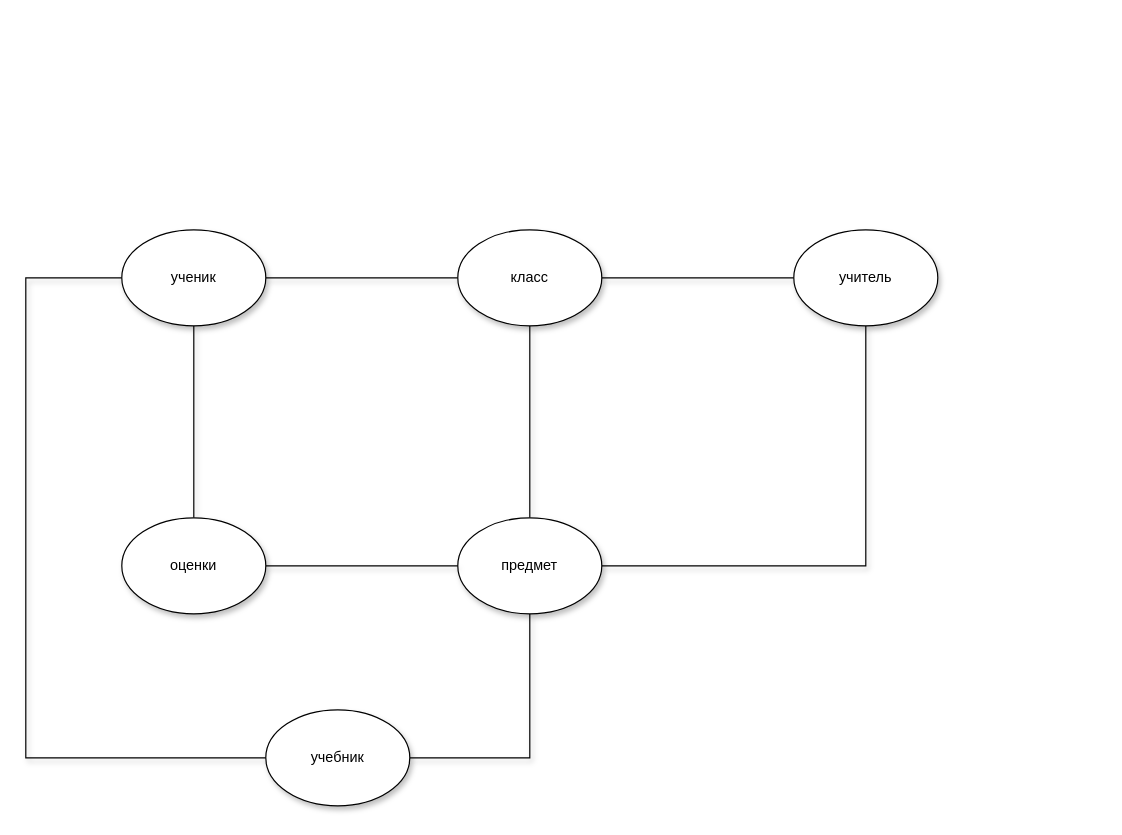
This is homeinf/db-scheme-1.drawio from mykespb/edu, a draw.io file, before an edit. Source tidied: cells renumbered, new cells numbered last; positions are measured from the earlier drawing's top-left corner, leaving out a move shared by most shapes. Both pictures are drawn from the tidied source at 120%, with x=0, y=0 at pixel (25, 229).
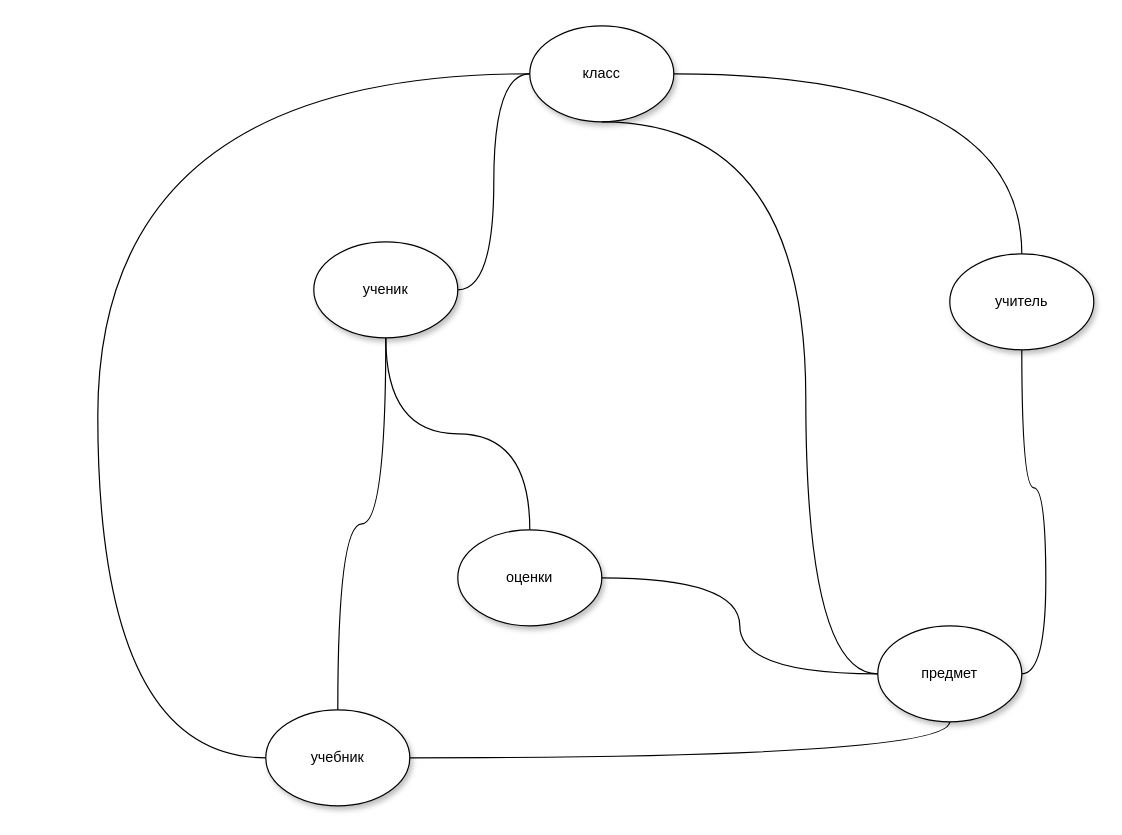
Above is the later version.

The change refers to these unchanged cells:
```xml
<mxCell id="15" value="учебник" style="ellipse;whiteSpace=wrap;html=1;shadow=1;" parent="1" vertex="1">
  <mxGeometry x="200" y="400" width="120" height="80" as="geometry" />
</mxCell>
```

Change to the diagram source:
```diff
@@
+    <mxCell id="3" style="edgeStyle=orthogonalEdgeStyle;curved=1;rounded=0;jettySize=auto;html=1;entryX=0;entryY=0.5;entryDx=0;entryDy=0;endArrow=none;endFill=0;" parent="1" edge="1" source="5" target="8">
+      <mxGeometry relative="1" as="geometry" />
+    </mxCell>
-    <mxCell id="2" style="edgeStyle=orthogonalEdgeStyle;rounded=0;jettySize=auto;html=1;endArrow=none;endFill=0;shadow=1;" parent="1" edge="1" source="5" target="14">
+    <mxCell id="2" style="edgeStyle=orthogonalEdgeStyle;curved=1;rounded=0;jettySize=auto;html=1;entryX=0.5;entryY=0;entryDx=0;entryDy=0;endArrow=none;endFill=0;" parent="1" edge="1" source="5" target="14">
       <mxGeometry relative="1" as="geometry" />
     </mxCell>
-    <mxCell id="3" style="edgeStyle=orthogonalEdgeStyle;rounded=0;jettySize=auto;html=1;entryX=0;entryY=0.5;entryDx=0;entryDy=0;endArrow=none;endFill=0;shadow=1;" parent="1" edge="1" source="5" target="8">
-      <mxGeometry relative="1" as="geometry" />
-    </mxCell>
-    <mxCell id="4" style="edgeStyle=orthogonalEdgeStyle;rounded=0;jettySize=auto;html=1;entryX=0;entryY=0.5;entryDx=0;entryDy=0;endArrow=none;endFill=0;shadow=1;" parent="1" edge="1" source="5" target="15">
-      <mxGeometry relative="1" as="geometry">
-        <Array as="points">
-          <mxPoint y="40" />
-          <mxPoint y="440" />
-        </Array>
-      </mxGeometry>
+    <mxCell id="4" style="edgeStyle=orthogonalEdgeStyle;curved=1;rounded=0;jettySize=auto;html=1;entryX=0.5;entryY=0;entryDx=0;entryDy=0;endArrow=none;endFill=0;" parent="1" edge="1" source="5" target="15">
+      <mxGeometry relative="1" as="geometry" />
     </mxCell>
     <mxCell id="5" value="ученик" style="ellipse;whiteSpace=wrap;html=1;shadow=1;" parent="1" vertex="1">
-      <mxGeometry x="80" width="120" height="80" as="geometry" />
+      <mxGeometry x="240" y="10" width="120" height="80" as="geometry" />
     </mxCell>
-    <mxCell id="6" style="edgeStyle=orthogonalEdgeStyle;rounded=0;jettySize=auto;html=1;entryX=0;entryY=0.5;entryDx=0;entryDy=0;endArrow=none;endFill=0;shadow=1;" parent="1" edge="1" source="8" target="10">
+    <mxCell id="6" style="edgeStyle=orthogonalEdgeStyle;curved=1;rounded=0;jettySize=auto;html=1;entryX=0.5;entryY=0;entryDx=0;entryDy=0;endArrow=none;endFill=0;" parent="1" edge="1" source="8" target="10">
       <mxGeometry relative="1" as="geometry" />
     </mxCell>
-    <mxCell id="7" style="edgeStyle=orthogonalEdgeStyle;rounded=0;jettySize=auto;html=1;entryX=0.5;entryY=0;entryDx=0;entryDy=0;endArrow=none;endFill=0;shadow=1;" parent="1" edge="1" source="8" target="12">
-      <mxGeometry relative="1" as="geometry" />
-    </mxCell>
+    <mxCell id="16" style="edgeStyle=orthogonalEdgeStyle;curved=1;rounded=0;jettySize=auto;html=1;entryX=0;entryY=0.5;entryDx=0;entryDy=0;endArrow=none;endFill=0;" parent="1" edge="1" source="8" target="15">
+      <mxGeometry relative="1" as="geometry">
+        <Array as="points">
+          <mxPoint x="60" y="-130" />
+          <mxPoint x="60" y="440" />
+        </Array>
+      </mxGeometry>
+    </mxCell>
     <mxCell id="8" value="класс" style="ellipse;whiteSpace=wrap;html=1;shadow=1;" parent="1" vertex="1">
-      <mxGeometry x="360" width="120" height="80" as="geometry" />
+      <mxGeometry x="420" y="-170" width="120" height="80" as="geometry" />
     </mxCell>
-    <mxCell id="9" style="edgeStyle=orthogonalEdgeStyle;rounded=0;jettySize=auto;html=1;entryX=1;entryY=0.5;entryDx=0;entryDy=0;endArrow=none;endFill=0;shadow=1;" parent="1" edge="1" source="10" target="12">
-      <mxGeometry relative="1" as="geometry">
-        <Array as="points">
-          <mxPoint x="700" y="280" />
-        </Array>
-      </mxGeometry>
+    <mxCell id="9" style="edgeStyle=orthogonalEdgeStyle;curved=1;rounded=0;jettySize=auto;html=1;entryX=1;entryY=0.5;entryDx=0;entryDy=0;endArrow=none;endFill=0;exitX=0.5;exitY=1;exitDx=0;exitDy=0;" parent="1" edge="1" source="10" target="12">
+      <mxGeometry relative="1" as="geometry" />
     </mxCell>
     <mxCell id="10" value="учитель" style="ellipse;whiteSpace=wrap;html=1;shadow=1;" parent="1" vertex="1">
-      <mxGeometry x="640" width="120" height="80" as="geometry" />
+      <mxGeometry x="770" y="20" width="120" height="80" as="geometry" />
     </mxCell>
-    <mxCell id="11" style="edgeStyle=orthogonalEdgeStyle;rounded=0;jettySize=auto;html=1;entryX=1;entryY=0.5;entryDx=0;entryDy=0;endArrow=none;endFill=0;shadow=1;" parent="1" edge="1" source="12" target="15">
-      <mxGeometry relative="1" as="geometry">
-        <Array as="points">
-          <mxPoint x="420" y="440" />
-        </Array>
-      </mxGeometry>
+    <mxCell id="11" style="edgeStyle=orthogonalEdgeStyle;curved=1;rounded=0;jettySize=auto;html=1;entryX=1;entryY=0.5;entryDx=0;entryDy=0;endArrow=none;endFill=0;exitX=0.5;exitY=1;exitDx=0;exitDy=0;" parent="1" edge="1" source="12" target="15">
+      <mxGeometry relative="1" as="geometry" />
     </mxCell>
+    <mxCell id="17" style="edgeStyle=orthogonalEdgeStyle;curved=1;rounded=0;jettySize=auto;html=1;entryX=0.5;entryY=1;entryDx=0;entryDy=0;endArrow=none;endFill=0;" parent="1" edge="1" source="12" target="8">
+      <mxGeometry relative="1" as="geometry">
+        <Array as="points">
+          <mxPoint x="650" y="370" />
+          <mxPoint x="650" y="-90" />
+        </Array>
+      </mxGeometry>
+    </mxCell>
     <mxCell id="12" value="предмет" style="ellipse;whiteSpace=wrap;html=1;shadow=1;" parent="1" vertex="1">
-      <mxGeometry x="360" y="240" width="120" height="80" as="geometry" />
+      <mxGeometry x="710" y="330" width="120" height="80" as="geometry" />
     </mxCell>
-    <mxCell id="13" style="edgeStyle=orthogonalEdgeStyle;rounded=0;jettySize=auto;html=1;entryX=0;entryY=0.5;entryDx=0;entryDy=0;endArrow=none;endFill=0;shadow=1;" parent="1" edge="1" source="14" target="12">
+    <mxCell id="13" style="edgeStyle=orthogonalEdgeStyle;curved=1;rounded=0;jettySize=auto;html=1;entryX=0;entryY=0.5;entryDx=0;entryDy=0;endArrow=none;endFill=0;" parent="1" edge="1" source="14" target="12">
       <mxGeometry relative="1" as="geometry" />
     </mxCell>
     <mxCell id="14" value="оценки" style="ellipse;whiteSpace=wrap;html=1;shadow=1;" parent="1" vertex="1">
-      <mxGeometry x="80" y="240" width="120" height="80" as="geometry" />
+      <mxGeometry x="360" y="250" width="120" height="80" as="geometry" />
     </mxCell>
```
